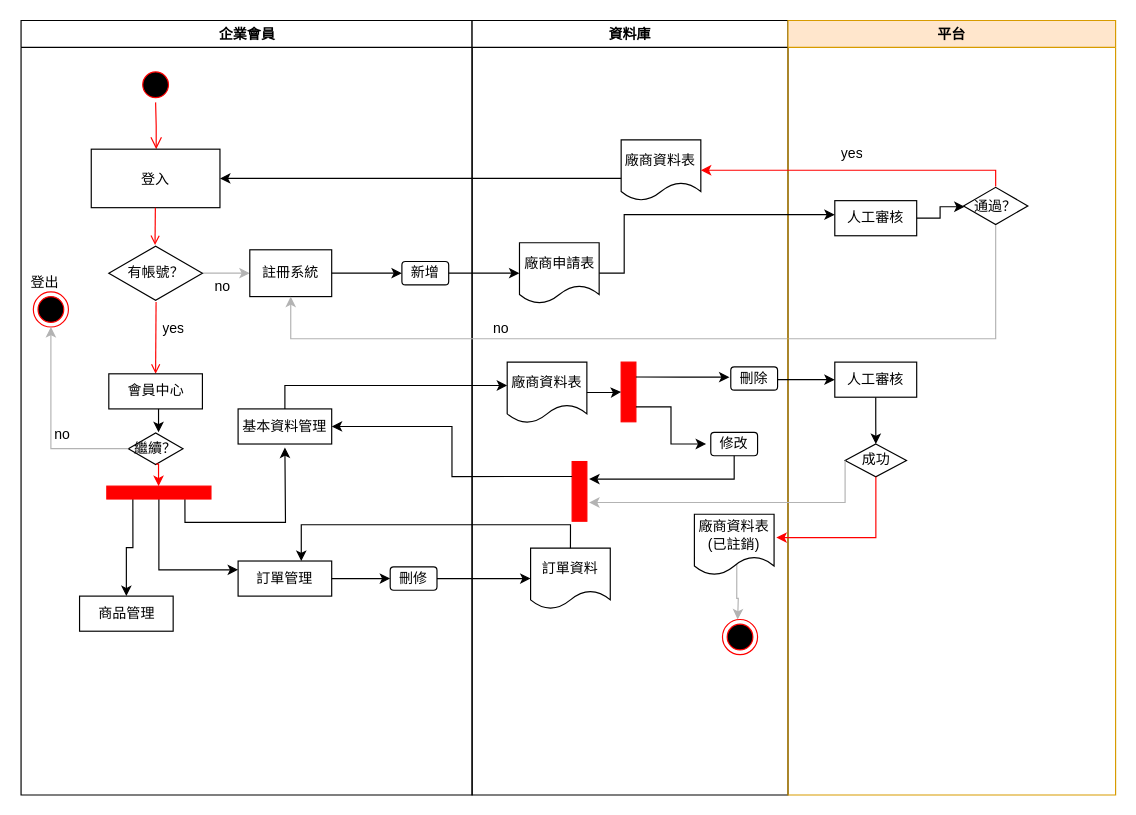
The draw.io diagram page "Page-1" (1 of 2) of 企業會員流程.drawio in 4gold/PFF, before the edit. Source tidied: cells renumbered, new cells numbered last; positions are measured from the earlier drawing's top-left corner, leaving out a move shared by most shapes. Both pictures are drawn from the tidied source at 117%, with x=0, y=0 at pixel (20, 20).
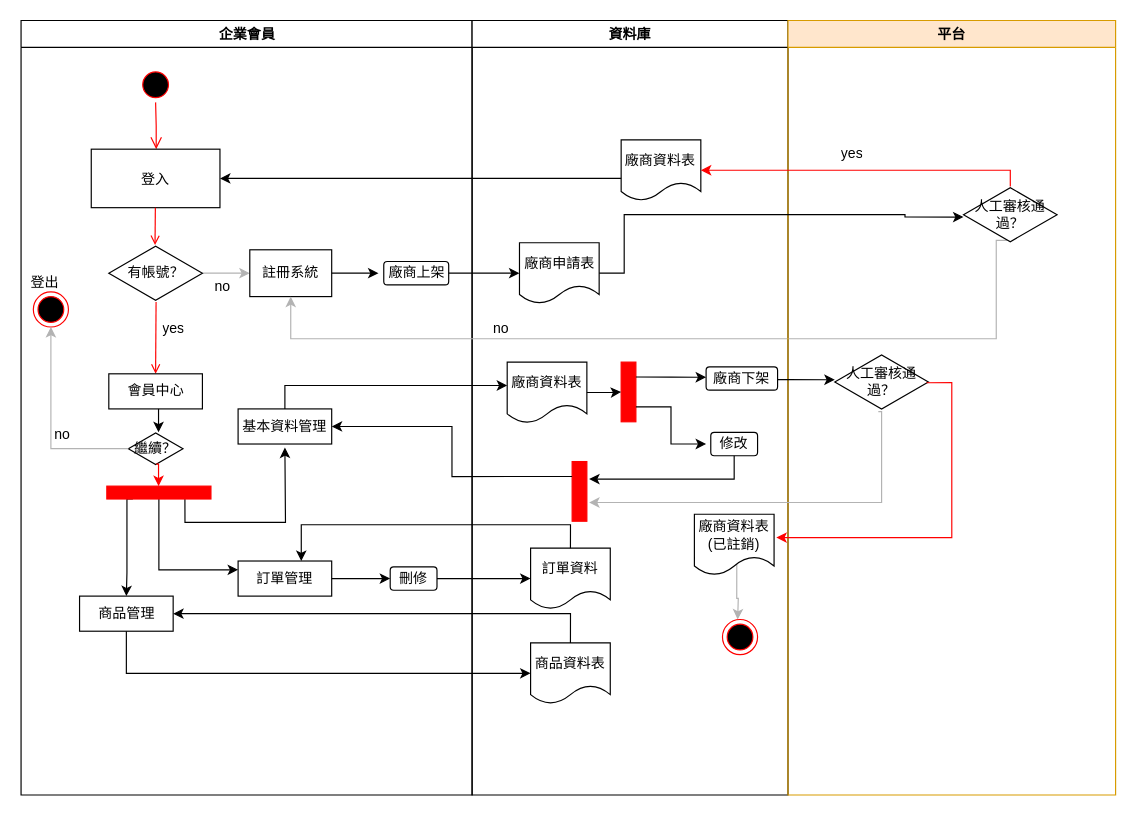
After the change.

Commit message:
Update 企業會員流程.drawio

Unchanged cells that the change refers to:
```xml
<mxCell id="2" value="企業會員" style="swimlane;whiteSpace=wrap;" parent="1" vertex="1">
  <mxGeometry x="0.5" width="385.5" height="662" as="geometry" />
</mxCell>
<mxCell id="11" value="註冊系統" style="rounded=0;whiteSpace=wrap;html=1;" parent="2" vertex="1">
  <mxGeometry x="195.5" y="196" width="70" height="40" as="geometry" />
</mxCell>
<mxCell id="15" value="商品管理" style="rounded=0;whiteSpace=wrap;html=1;" parent="2" vertex="1">
  <mxGeometry x="50" y="492" width="80" height="30" as="geometry" />
</mxCell>
<mxCell id="24" value="資料庫" style="swimlane;whiteSpace=wrap;" parent="1" vertex="1">
  <mxGeometry x="386" width="270" height="662" as="geometry" />
</mxCell>
<mxCell id="25" value="廠商申請表" style="shape=document;whiteSpace=wrap;html=1;boundedLbl=1;rounded=0;" parent="24" vertex="1">
  <mxGeometry x="40.5" y="190" width="68.1" height="52" as="geometry" />
</mxCell>
<mxCell id="26" value="廠商資料表" style="shape=document;whiteSpace=wrap;html=1;boundedLbl=1;rounded=0;" parent="24" vertex="1">
  <mxGeometry x="127.4" y="102" width="68.1" height="52" as="geometry" />
</mxCell>
<mxCell id="30" style="whiteSpace=wrap;strokeColor=#FF0000;fillColor=#FF0000;rotation=0;" parent="24" vertex="1">
  <mxGeometry x="127.4" y="292" width="12.6" height="51" as="geometry" />
</mxCell>
<mxCell id="44" style="whiteSpace=wrap;strokeColor=#FF0000;fillColor=#FF0000;rotation=90;" parent="1" vertex="1">
  <mxGeometry x="112.8" y="359" width="11" height="89" as="geometry" />
</mxCell>
<mxCell id="48" value="平台" style="swimlane;whiteSpace=wrap;fillColor=#ffe6cc;strokeColor=#d79b00;" parent="1" vertex="1">
  <mxGeometry x="656" width="280" height="662" as="geometry" />
</mxCell>
```

The edit, as a diff of the source:
```diff
@@
-    <mxCell id="23" value="新增" style="rounded=1;whiteSpace=wrap;html=1;" parent="2" vertex="1">
-      <mxGeometry x="325.5" y="206" width="40" height="20" as="geometry" />
+    <mxCell id="23" value="廠商上架" style="rounded=1;whiteSpace=wrap;html=1;" parent="2" vertex="1">
+      <mxGeometry x="310" y="206" width="55.5" height="20" as="geometry" />
     </mxCell>
@@
-    <mxCell id="33" value="刪除" style="rounded=1;whiteSpace=wrap;html=1;" parent="24" vertex="1">
-      <mxGeometry x="221.1" y="296" width="40" height="20" as="geometry" />
+    <mxCell id="33" value="廠商下架" style="rounded=1;whiteSpace=wrap;html=1;" parent="24" vertex="1">
+      <mxGeometry x="200" y="296" width="61.1" height="20" as="geometry" />
     </mxCell>
@@
+    <mxCell id="69" value="商品資料表" style="shape=document;whiteSpace=wrap;html=1;boundedLbl=1;rounded=0;" parent="24" vertex="1">
+      <mxGeometry x="50" y="532" width="68.1" height="52" as="geometry" />
+    </mxCell>
     <mxCell id="37" style="edgeStyle=orthogonalEdgeStyle;rounded=0;jettySize=auto;html=1;" parent="1" edge="1" source="11">
       <mxGeometry relative="1" as="geometry">
-        <mxPoint x="326" y="216" as="targetPoint" />
+        <mxPoint x="306" y="216" as="targetPoint" />
       </mxGeometry>
     </mxCell>
@@
-    <mxCell id="39" style="edgeStyle=orthogonalEdgeStyle;rounded=0;jettySize=auto;html=1;entryX=0.5;entryY=1;entryDx=0;entryDy=0;strokeColor=#B3B3B3;" parent="1" edge="1" source="49" target="11">
+    <mxCell id="39" style="edgeStyle=orthogonalEdgeStyle;rounded=0;jettySize=auto;html=1;entryX=0.5;entryY=1;entryDx=0;entryDy=0;strokeColor=#B3B3B3;exitX=0.463;exitY=0.958;exitDx=0;exitDy=0;exitPerimeter=0;" parent="1" edge="1" source="49" target="11">
       <mxGeometry relative="1" as="geometry">
         <Array as="points">
+          <mxPoint x="834" y="188" />
           <mxPoint x="834" y="272" />
           <mxPoint x="231" y="272" />
         </Array>
       </mxGeometry>
     </mxCell>
@@
     <mxCell id="41" style="edgeStyle=orthogonalEdgeStyle;rounded=0;jettySize=auto;html=1;exitX=1;exitY=0.75;exitDx=0;exitDy=0;entryX=0.5;entryY=0;entryDx=0;entryDy=0;" parent="1" edge="1" source="44" target="15">
-      <mxGeometry relative="1" as="geometry" />
+      <mxGeometry relative="1" as="geometry">
+        <Array as="points">
+          <mxPoint x="91" y="409" />
+          <mxPoint x="91" y="472" />
+          <mxPoint x="91" y="472" />
+        </Array>
+      </mxGeometry>
     </mxCell>
@@
-    <mxCell id="49" value="通過？" style="html=1;whiteSpace=wrap;shape=isoRectangle;" parent="48" vertex="1">
-      <mxGeometry x="150" y="142" width="55" height="33" as="geometry" />
+    <mxCell id="49" value="人工審核通過？" style="html=1;whiteSpace=wrap;shape=isoRectangle;" parent="48" vertex="1">
+      <mxGeometry x="150" y="142" width="80" height="48" as="geometry" />
     </mxCell>
-    <mxCell id="50" style="edgeStyle=orthogonalEdgeStyle;rounded=0;jettySize=auto;html=1;entryX=0.018;entryY=0.521;entryDx=0;entryDy=0;entryPerimeter=0;" parent="48" edge="1" source="51" target="49">
-      <mxGeometry relative="1" as="geometry" />
-    </mxCell>
-    <mxCell id="51" value="人工審核" style="rounded=0;whiteSpace=wrap;html=1;" parent="48" vertex="1">
-      <mxGeometry x="40" y="154" width="70" height="30" as="geometry" />
-    </mxCell>
@@
-    <mxCell id="53" style="edgeStyle=orthogonalEdgeStyle;rounded=0;jettySize=auto;html=1;strokeColor=#000000;" parent="48" edge="1" source="54" target="55">
-      <mxGeometry relative="1" as="geometry" />
-    </mxCell>
-    <mxCell id="54" value="人工審核" style="rounded=0;whiteSpace=wrap;html=1;" parent="48" vertex="1">
-      <mxGeometry x="40" y="292" width="70" height="30" as="geometry" />
-    </mxCell>
-    <mxCell id="55" value="成功" style="rhombus;whiteSpace=wrap;html=1;rounded=0;" parent="48" vertex="1">
-      <mxGeometry x="48.8" y="362" width="52.5" height="28" as="geometry" />
-    </mxCell>
+    <mxCell id="70" value="人工審核通過？" style="html=1;whiteSpace=wrap;shape=isoRectangle;" parent="48" vertex="1">
+      <mxGeometry x="40" y="285" width="80" height="48" as="geometry" />
+    </mxCell>
-    <mxCell id="56" style="edgeStyle=orthogonalEdgeStyle;rounded=0;jettySize=auto;html=1;" parent="1" edge="1" source="25">
+    <mxCell id="56" style="edgeStyle=orthogonalEdgeStyle;rounded=0;jettySize=auto;html=1;entryX=0;entryY=0.542;entryDx=0;entryDy=0;entryPerimeter=0;" parent="1" edge="1" source="25" target="49">
       <mxGeometry relative="1" as="geometry">
-        <mxPoint x="696" y="166" as="targetPoint" />
         <Array as="points">
           <mxPoint x="516" y="216" />
           <mxPoint x="516" y="166" />
+          <mxPoint x="756" y="166" />
+          <mxPoint x="756" y="168" />
         </Array>
       </mxGeometry>
     </mxCell>
     <mxCell id="57" style="edgeStyle=orthogonalEdgeStyle;rounded=0;jettySize=auto;html=1;entryX=1;entryY=0.5;entryDx=0;entryDy=0;strokeColor=#FF0000;" parent="1" edge="1" source="49" target="26">
       <mxGeometry relative="1" as="geometry">
         <Array as="points">
-          <mxPoint x="834" y="128" />
+          <mxPoint x="846" y="128" />
         </Array>
       </mxGeometry>
     </mxCell>
@@
     <mxCell id="59" style="edgeStyle=orthogonalEdgeStyle;rounded=0;jettySize=auto;html=1;exitX=1;exitY=0.25;exitDx=0;exitDy=0;strokeColor=#000000;" parent="1" edge="1" source="30">
       <mxGeometry relative="1" as="geometry">
-        <mxPoint x="606" y="304.9" as="targetPoint" />
+        <mxPoint x="586" y="305" as="targetPoint" />
       </mxGeometry>
     </mxCell>
@@
-    <mxCell id="61" style="edgeStyle=orthogonalEdgeStyle;rounded=0;jettySize=auto;html=1;strokeColor=#FF0000;" parent="1" edge="1" source="55">
+    <mxCell id="61" style="edgeStyle=orthogonalEdgeStyle;rounded=0;jettySize=auto;html=1;strokeColor=#FF0000;exitX=0.98;exitY=0.513;exitDx=0;exitDy=0;exitPerimeter=0;" parent="1" edge="1" source="70">
       <mxGeometry relative="1" as="geometry">
         <mxPoint x="646" y="442" as="targetPoint" />
         <Array as="points">
-          <mxPoint x="731" y="442" />
-          <mxPoint x="731" y="442" />
+          <mxPoint x="796" y="310" />
+          <mxPoint x="796" y="442" />
         </Array>
       </mxGeometry>
     </mxCell>
-    <mxCell id="62" style="edgeStyle=orthogonalEdgeStyle;rounded=0;jettySize=auto;html=1;exitX=0;exitY=0.5;exitDx=0;exitDy=0;strokeColor=#B3B3B3;" parent="1" edge="1" source="55">
+    <mxCell id="62" style="edgeStyle=orthogonalEdgeStyle;rounded=0;jettySize=auto;html=1;exitX=0.465;exitY=1.028;exitDx=0;exitDy=0;strokeColor=#B3B3B3;exitPerimeter=0;" parent="1" edge="1" source="70">
       <mxGeometry relative="1" as="geometry">
         <mxPoint x="486" y="412" as="targetPoint" />
         <Array as="points">
-          <mxPoint x="705" y="412" />
+          <mxPoint x="736" y="412" />
         </Array>
       </mxGeometry>
     </mxCell>
@@
-    <mxCell id="64" style="edgeStyle=orthogonalEdgeStyle;rounded=0;jettySize=auto;html=1;strokeColor=#000000;" parent="1" edge="1" source="33" target="54">
+    <mxCell id="64" style="edgeStyle=orthogonalEdgeStyle;rounded=0;jettySize=auto;html=1;strokeColor=#000000;" parent="1" edge="1" source="33">
       <mxGeometry relative="1" as="geometry">
+        <mxPoint x="696" y="307.1" as="targetPoint" />
         <Array as="points">
           <mxPoint x="656" y="307" />
           <mxPoint x="656" y="307" />
         </Array>
       </mxGeometry>
     </mxCell>
@@
+    <mxCell id="71" style="edgeStyle=orthogonalEdgeStyle;rounded=0;jettySize=auto;html=1;exitX=0.5;exitY=1;exitDx=0;exitDy=0;strokeColor=#000000;entryX=0;entryY=0.5;entryDx=0;entryDy=0;" parent="1" edge="1" source="15" target="69">
+      <mxGeometry relative="1" as="geometry" />
+    </mxCell>
+    <mxCell id="72" style="edgeStyle=orthogonalEdgeStyle;rounded=0;jettySize=auto;html=1;exitX=0.5;exitY=0;exitDx=0;exitDy=0;strokeColor=#000000;entryX=1;entryY=0.5;entryDx=0;entryDy=0;" parent="1" edge="1" source="69" target="15">
+      <mxGeometry relative="1" as="geometry" />
+    </mxCell>
```
